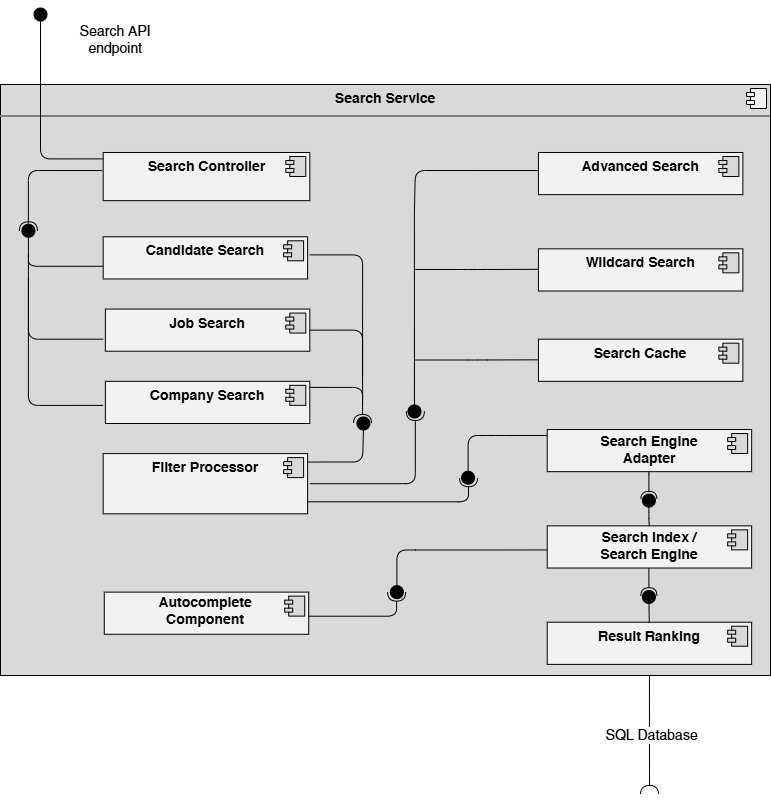
JmmonJeremy/CareerBound-SDD keeps this draw.io diagram as 04_QA_Review/Approved/Milestone_1_Component_Diagram/T2_Final_Subdiagram_SearchService_Component.drawio.png. Above is the earlier version. Source tidied: cells renumbered, new cells last; positions are measured from the earlier drawing's top-left corner, leaving out a move shared by most shapes.
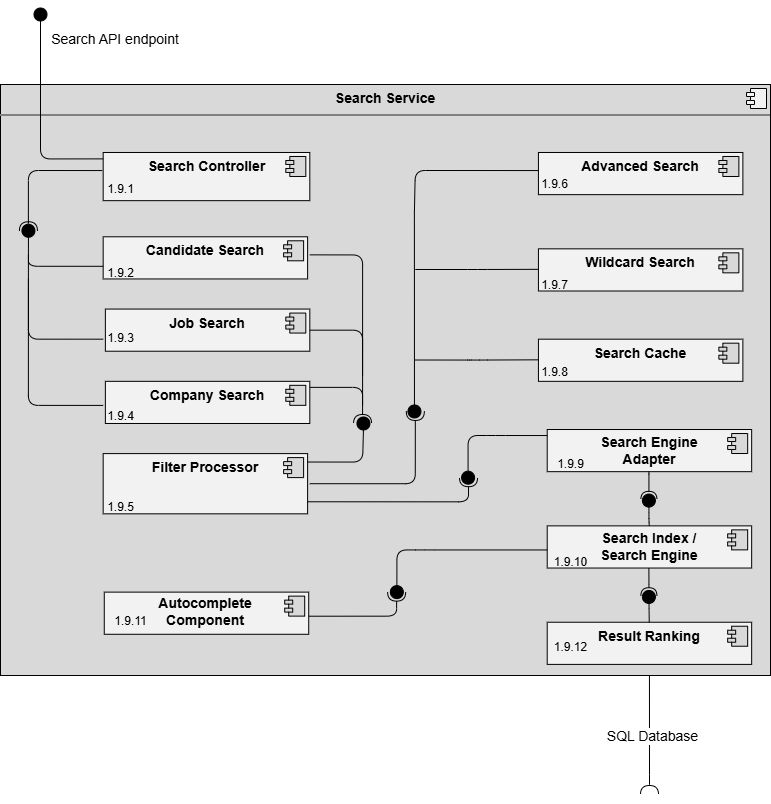
Later version of the same file.

Diff of the diagram source:
```diff
@@ -332,5 +332,41 @@
     <mxCell id="55" value="&lt;b style=&quot;font-size: 14px;&quot;&gt;Search Engine Adapter&lt;/b&gt;" style="text;html=1;whiteSpace=wrap;strokeColor=none;fillColor=none;align=center;verticalAlign=middle;rounded=0;" parent="2" vertex="1">
       <mxGeometry x="598.9" y="421.1" width="100" height="30" as="geometry" />
     </mxCell>
+    <mxCell id="56" value="&lt;span style=&quot;font-weight: normal;&quot;&gt;1.9.1&lt;/span&gt;" style="text;align=center;fontStyle=1;verticalAlign=middle;spacingLeft=3;spacingRight=3;strokeColor=none;html=1;" parent="2" vertex="1">
+      <mxGeometry x="80" y="162" width="80" height="26" as="geometry" />
+    </mxCell>
+    <mxCell id="57" value="&lt;span style=&quot;font-weight: normal;&quot;&gt;1.9.6&lt;/span&gt;" style="text;align=center;fontStyle=1;verticalAlign=middle;spacingLeft=3;spacingRight=3;strokeColor=none;html=1;" parent="2" vertex="1">
+      <mxGeometry x="513.9" y="157" width="80" height="26" as="geometry" />
+    </mxCell>
+    <mxCell id="58" value="&lt;span style=&quot;font-weight: normal;&quot;&gt;1.9.2&lt;/span&gt;" style="text;align=center;fontStyle=1;verticalAlign=middle;spacingLeft=3;spacingRight=3;strokeColor=none;html=1;" parent="2" vertex="1">
+      <mxGeometry x="80" y="246.3" width="80" height="26" as="geometry" />
+    </mxCell>
+    <mxCell id="59" value="&lt;span style=&quot;font-weight: normal;&quot;&gt;1.9.7&lt;/span&gt;" style="text;align=center;fontStyle=1;verticalAlign=middle;spacingLeft=3;spacingRight=3;strokeColor=none;html=1;" parent="2" vertex="1">
+      <mxGeometry x="513.9" y="258.3" width="80" height="26" as="geometry" />
+    </mxCell>
+    <mxCell id="60" value="&lt;span style=&quot;font-weight: normal;&quot;&gt;1.9.3&lt;/span&gt;" style="text;align=center;fontStyle=1;verticalAlign=middle;spacingLeft=3;spacingRight=3;strokeColor=none;html=1;" parent="2" vertex="1">
+      <mxGeometry x="80" y="310.7" width="80" height="26" as="geometry" />
+    </mxCell>
+    <mxCell id="61" value="&lt;span style=&quot;font-weight: normal;&quot;&gt;1.9.8&lt;/span&gt;" style="text;align=center;fontStyle=1;verticalAlign=middle;spacingLeft=3;spacingRight=3;strokeColor=none;html=1;" parent="2" vertex="1">
+      <mxGeometry x="513.9" y="344.8" width="80" height="26" as="geometry" />
+    </mxCell>
+    <mxCell id="62" value="&lt;span style=&quot;font-weight: normal;&quot;&gt;1.9.9&lt;/span&gt;" style="text;align=center;fontStyle=1;verticalAlign=middle;spacingLeft=3;spacingRight=3;strokeColor=none;html=1;" parent="2" vertex="1">
+      <mxGeometry x="530" y="437.1" width="80" height="26" as="geometry" />
+    </mxCell>
+    <mxCell id="63" value="&lt;span style=&quot;font-weight: normal;&quot;&gt;1.9.5&lt;/span&gt;" style="text;align=center;fontStyle=1;verticalAlign=middle;spacingLeft=3;spacingRight=3;strokeColor=none;html=1;" parent="2" vertex="1">
+      <mxGeometry x="80" y="480" width="80" height="26" as="geometry" />
+    </mxCell>
+    <mxCell id="64" value="&lt;span style=&quot;font-weight: normal;&quot;&gt;1.9.11&lt;/span&gt;" style="text;align=center;fontStyle=1;verticalAlign=middle;spacingLeft=3;spacingRight=3;strokeColor=none;html=1;" parent="2" vertex="1">
+      <mxGeometry x="90" y="593.8" width="80" height="26" as="geometry" />
+    </mxCell>
+    <mxCell id="65" value="&lt;span style=&quot;font-weight: normal;&quot;&gt;1.9.10&lt;/span&gt;" style="text;align=center;fontStyle=1;verticalAlign=middle;spacingLeft=3;spacingRight=3;strokeColor=none;html=1;" parent="2" vertex="1">
+      <mxGeometry x="530" y="535.4" width="80" height="26" as="geometry" />
+    </mxCell>
+    <mxCell id="66" value="&lt;span style=&quot;font-weight: normal;&quot;&gt;1.9.4&lt;/span&gt;" style="text;align=center;fontStyle=1;verticalAlign=middle;spacingLeft=3;spacingRight=3;strokeColor=none;html=1;" parent="2" vertex="1">
+      <mxGeometry x="80" y="389" width="80" height="26" as="geometry" />
+    </mxCell>
+    <mxCell id="67" value="&lt;span style=&quot;font-weight: normal;&quot;&gt;1.9.12&lt;/span&gt;" style="text;align=center;fontStyle=1;verticalAlign=middle;spacingLeft=3;spacingRight=3;strokeColor=none;html=1;" parent="1" vertex="1">
+      <mxGeometry x="530" y="620" width="80" height="26" as="geometry" />
+    </mxCell>
   </root>
 </mxGraphModel>
```
